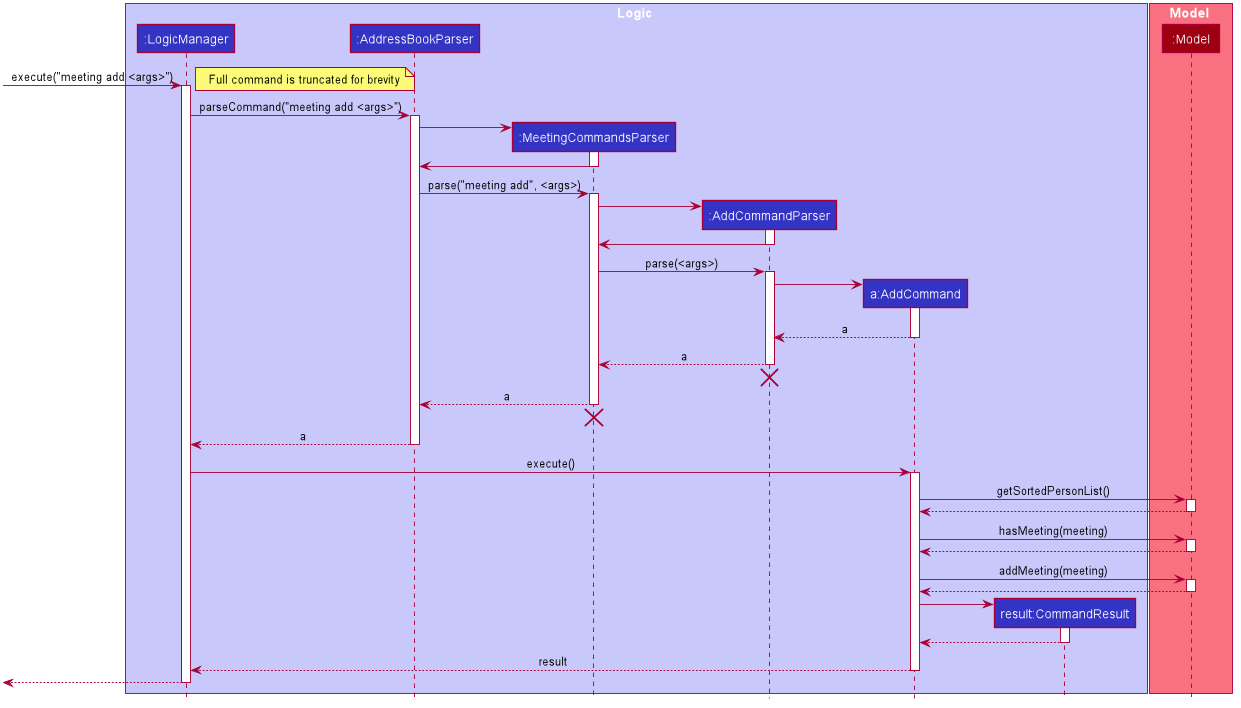
Earlier version of the PlantUML export docs/images/MeetingAddSequenceDiagram.png (sebastiantoh/tp).
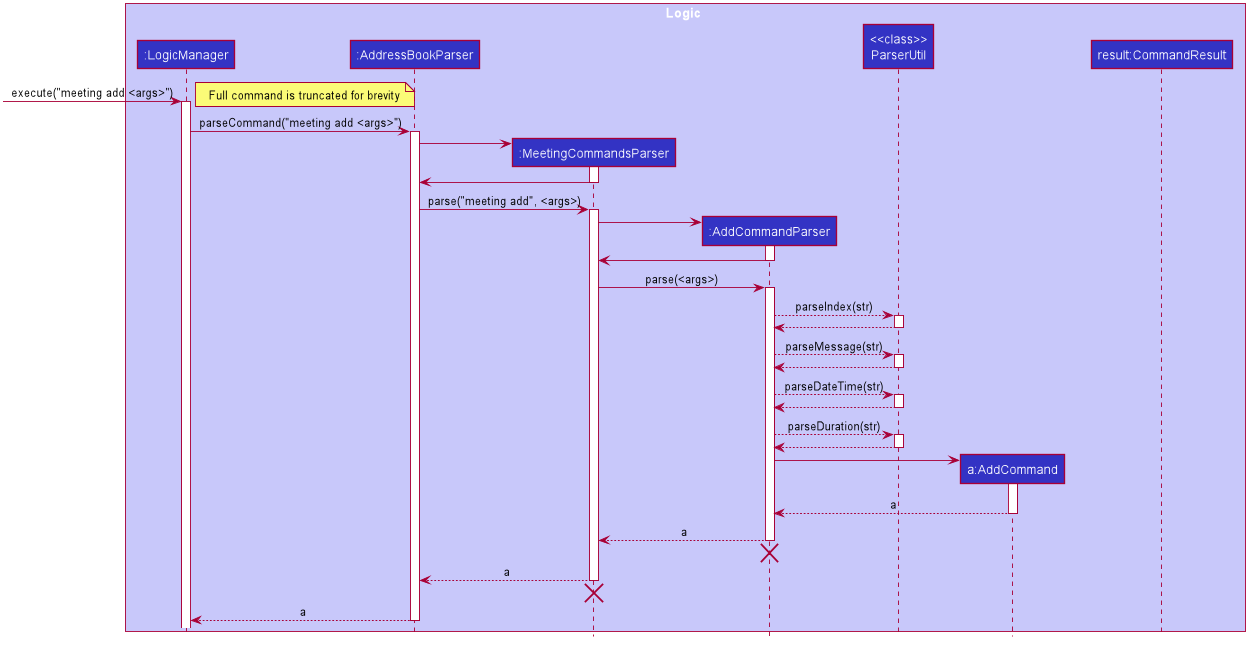
After the commit.

Diff of the diagram source:
```diff
@@ -55,12 +55,9 @@
 participant ":AddressBookParser" as AddressBookParser #3333C4
 participant ":MeetingCommandsParser" as MeetingCommandsParser #3333C4
 participant ":AddCommandParser" as AddCommandParser #3333C4
+participant "<<class>>\nParserUtil" as ParserUtil #3333C4
 participant "a:AddCommand" as AddCommand #3333C4
 participant "result:CommandResult" as CommandResult #3333C4
-end box
-
-box Model #F97181
-participant ":Model" as Model #9D0012
 end box
 
 [-> LogicManager : execute("meeting add <args>")
@@ -90,6 +87,30 @@
 MeetingCommandsParser -> AddCommandParser : parse(<args>)
 activate AddCommandParser
 
+AddCommandParser --> ParserUtil : parseIndex(str)
+activate ParserUtil
+
+ParserUtil --> AddCommandParser
+deactivate ParserUtil
+
+AddCommandParser --> ParserUtil : parseMessage(str)
+activate ParserUtil
+
+ParserUtil --> AddCommandParser
+deactivate ParserUtil
+
+AddCommandParser --> ParserUtil : parseDateTime(str)
+activate ParserUtil
+
+ParserUtil --> AddCommandParser
+deactivate ParserUtil
+
+AddCommandParser --> ParserUtil : parseDuration(str)
+activate ParserUtil
+
+ParserUtil --> AddCommandParser
+deactivate ParserUtil
+
 create AddCommand
 AddCommandParser -> AddCommand
 activate AddCommand
@@ -112,38 +133,4 @@
 AddressBookParser --> LogicManager : a
 deactivate AddressBookParser
 
-LogicManager -> AddCommand : execute()
-activate AddCommand
-
-AddCommand -> Model : getSortedPersonList()
-activate Model
-
-Model --> AddCommand
-deactivate Model
-
-AddCommand -> Model : hasMeeting(meeting)
-activate Model
-
-Model --> AddCommand
-deactivate Model
-
-AddCommand -> Model : addMeeting(meeting)
-activate Model
-
-Model --> AddCommand
-deactivate Model
-
-create CommandResult
-AddCommand -> CommandResult
-activate CommandResult
-
-CommandResult --> AddCommand
-deactivate CommandResult
-
-AddCommand --> LogicManager : result
-deactivate AddCommand
-
-[<--LogicManager
-deactivate LogicManager
-
 @enduml
```
